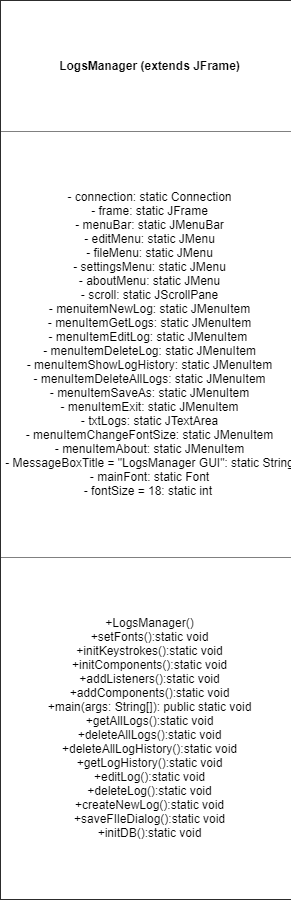
The draw.io diagram Loggbok_prog2.png in pielun-nti/Loggbok, before a commit. Source tidied: cells renumbered, new cells last; positions are measured from the earlier drawing's top-left corner, leaving out a move shared by most shapes. Its diagram source:
```xml
<mxGraphModel>
  <root>
    <mxCell id="0" />
    <mxCell id="1" parent="0" />
    <mxCell id="2" value="&lt;table border=&quot;1&quot; width=&quot;100%&quot; cellpadding=&quot;4&quot; style=&quot;width: 100% ; height: 100% ; border-collapse: collapse&quot;&gt;&lt;tbody&gt;&lt;tr&gt;&lt;th align=&quot;center&quot;&gt;LogsManager (extends JFrame)&lt;/th&gt;&lt;/tr&gt;&lt;tr&gt;&lt;td align=&quot;center&quot;&gt;- connection: static Connection&lt;br&gt;- frame: static JFrame&lt;br&gt;- menuBar: static JMenuBar&lt;br&gt;- editMenu: static JMenu&lt;br&gt;- fileMenu: static JMenu&lt;br&gt;- settingsMenu: static JMenu&lt;br&gt;- aboutMenu: static JMenu&lt;br&gt;- scroll: static JScrollPane&lt;br&gt;- menuitemNewLog: static JMenuItem&lt;br&gt;- menuItemGetLogs: static JMenuItem&lt;br&gt;- menuItemEditLog: static JMenuItem&amp;nbsp;&lt;br&gt;- menuItemDeleteLog: static JMenuItem&lt;br&gt;- menuItemShowLogHistory: static JMenuItem&lt;br&gt;- menuItemDeleteAllLogs: static JMenuItem&lt;br&gt;- menuItemSaveAs: static JMenuItem&lt;br&gt;- menuItemExit: static JMenuItem&lt;br&gt;- txtLogs: static JTextArea&lt;br&gt;- menuItemChangeFontSize: static JMenuItem&lt;br&gt;- menuItemAbout: static JMenuItem&lt;br&gt;- MessageBoxTitle = &quot;LogsManager GUI&quot;: static String&lt;br&gt;- mainFont: static Font&lt;br&gt;- fontSize = 18: static int&amp;nbsp;&lt;/td&gt;&lt;/tr&gt;&lt;tr&gt;&lt;td align=&quot;center&quot;&gt;+LogsManager()&lt;br&gt;+setFonts():static void&lt;br&gt;+initKeystrokes():static void&lt;br&gt;+initComponents():static void&lt;br&gt;+addListeners():static void&lt;br&gt;+addComponents():static void&lt;br&gt;+main(args: String[]): public static void&lt;br&gt;+getAllLogs():static void&lt;br&gt;+deleteAllLogs():static void&lt;br&gt;+deleteAllLogHistory():static void&lt;br&gt;+getLogHistory():static void&lt;br&gt;+editLog():static void&lt;br&gt;+deleteLog():static void&lt;br&gt;+createNewLog():static void&lt;br&gt;+saveFIleDialog():static void&lt;br&gt;+initDB():static void&lt;/td&gt;&lt;/tr&gt;&lt;/tbody&gt;&lt;/table&gt;" style="text;html=1;strokeColor=none;fillColor=none;overflow=fill;" parent="1" vertex="1">
      <mxGeometry width="290" height="900" as="geometry" />
    </mxCell>
  </root>
</mxGraphModel>
```
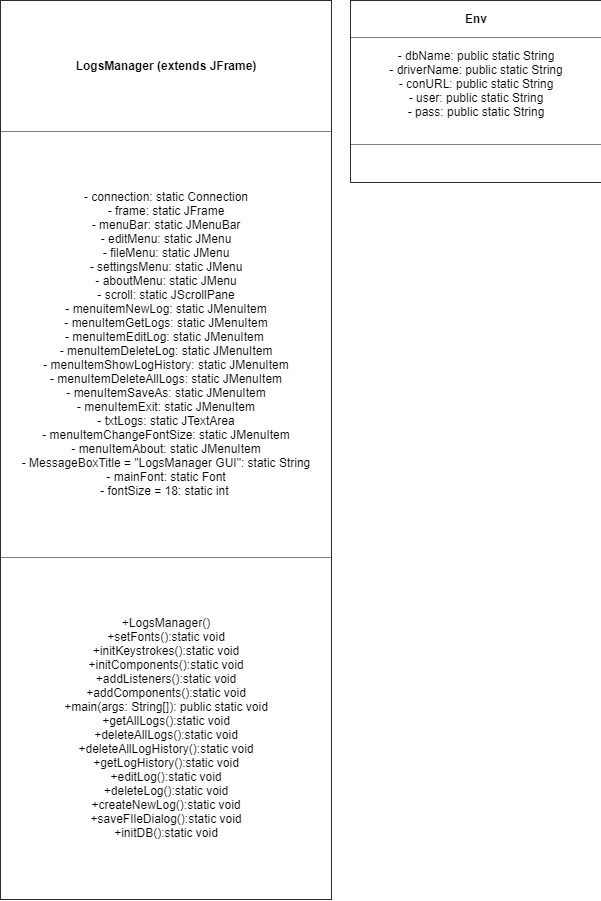
Above is the later version.

Commit message:
lagt till mer i klassdiagrammet

Change to the diagram source:
```diff
@@ -3,7 +3,10 @@
     <mxCell id="0" />
     <mxCell id="1" parent="0" />
     <mxCell id="2" value="&lt;table border=&quot;1&quot; width=&quot;100%&quot; cellpadding=&quot;4&quot; style=&quot;width: 100% ; height: 100% ; border-collapse: collapse&quot;&gt;&lt;tbody&gt;&lt;tr&gt;&lt;th align=&quot;center&quot;&gt;LogsManager (extends JFrame)&lt;/th&gt;&lt;/tr&gt;&lt;tr&gt;&lt;td align=&quot;center&quot;&gt;- connection: static Connection&lt;br&gt;- frame: static JFrame&lt;br&gt;- menuBar: static JMenuBar&lt;br&gt;- editMenu: static JMenu&lt;br&gt;- fileMenu: static JMenu&lt;br&gt;- settingsMenu: static JMenu&lt;br&gt;- aboutMenu: static JMenu&lt;br&gt;- scroll: static JScrollPane&lt;br&gt;- menuitemNewLog: static JMenuItem&lt;br&gt;- menuItemGetLogs: static JMenuItem&lt;br&gt;- menuItemEditLog: static JMenuItem&amp;nbsp;&lt;br&gt;- menuItemDeleteLog: static JMenuItem&lt;br&gt;- menuItemShowLogHistory: static JMenuItem&lt;br&gt;- menuItemDeleteAllLogs: static JMenuItem&lt;br&gt;- menuItemSaveAs: static JMenuItem&lt;br&gt;- menuItemExit: static JMenuItem&lt;br&gt;- txtLogs: static JTextArea&lt;br&gt;- menuItemChangeFontSize: static JMenuItem&lt;br&gt;- menuItemAbout: static JMenuItem&lt;br&gt;- MessageBoxTitle = &quot;LogsManager GUI&quot;: static String&lt;br&gt;- mainFont: static Font&lt;br&gt;- fontSize = 18: static int&amp;nbsp;&lt;/td&gt;&lt;/tr&gt;&lt;tr&gt;&lt;td align=&quot;center&quot;&gt;+LogsManager()&lt;br&gt;+setFonts():static void&lt;br&gt;+initKeystrokes():static void&lt;br&gt;+initComponents():static void&lt;br&gt;+addListeners():static void&lt;br&gt;+addComponents():static void&lt;br&gt;+main(args: String[]): public static void&lt;br&gt;+getAllLogs():static void&lt;br&gt;+deleteAllLogs():static void&lt;br&gt;+deleteAllLogHistory():static void&lt;br&gt;+getLogHistory():static void&lt;br&gt;+editLog():static void&lt;br&gt;+deleteLog():static void&lt;br&gt;+createNewLog():static void&lt;br&gt;+saveFIleDialog():static void&lt;br&gt;+initDB():static void&lt;/td&gt;&lt;/tr&gt;&lt;/tbody&gt;&lt;/table&gt;" style="text;html=1;strokeColor=none;fillColor=none;overflow=fill;" parent="1" vertex="1">
-      <mxGeometry width="290" height="900" as="geometry" />
+      <mxGeometry width="330" height="900" as="geometry" />
     </mxCell>
+    <mxCell id="3" value="&lt;table border=&quot;1&quot; width=&quot;100%&quot; cellpadding=&quot;4&quot; style=&quot;width: 100% ; height: 100% ; border-collapse: collapse&quot;&gt;&lt;tbody&gt;&lt;tr&gt;&lt;th align=&quot;center&quot;&gt;Env&lt;/th&gt;&lt;/tr&gt;&lt;tr&gt;&lt;td align=&quot;center&quot;&gt;- dbName: public static String&lt;br&gt;- driverName: public static String&lt;br&gt;- conURL: public static String&lt;br&gt;- user: public static String&lt;br&gt;- pass: public static String&lt;br&gt;&lt;br&gt;&lt;/td&gt;&lt;/tr&gt;&lt;tr&gt;&lt;td align=&quot;center&quot;&gt;&lt;br&gt;&lt;/td&gt;&lt;/tr&gt;&lt;/tbody&gt;&lt;/table&gt;" style="text;html=1;strokeColor=none;fillColor=none;overflow=fill;" parent="1" vertex="1">
+      <mxGeometry x="350" width="250" height="183" as="geometry" />
+    </mxCell>
   </root>
 </mxGraphModel>
```
